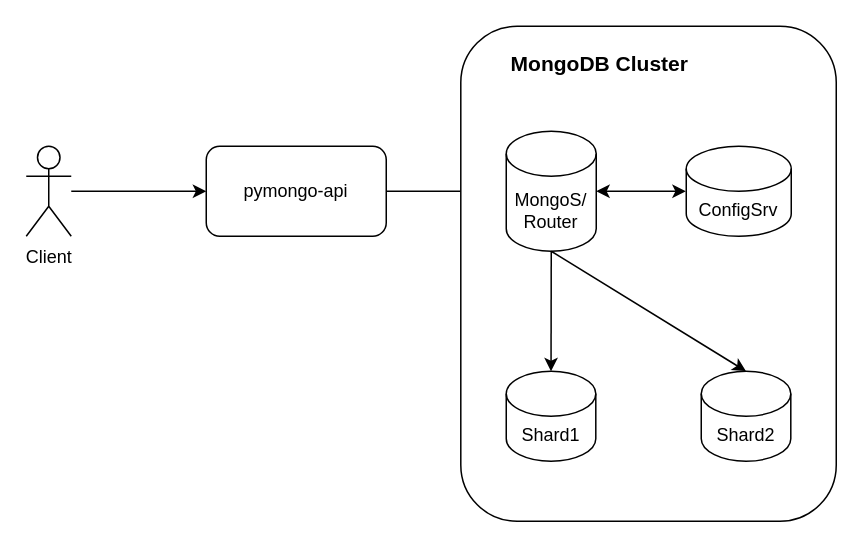
The draw.io diagram page "step-1" (2 of 4) of Task1-drawio/task1.drawio in afakhrieva/architecture-pro-black_friday, before the edit. Source tidied: cells renumbered, new cells numbered last; positions are measured from the earlier drawing's top-left corner, leaving out a move shared by most shapes. Both pictures are drawn from the tidied source at 150%, with x=0, y=0 at pixel (26, 26).
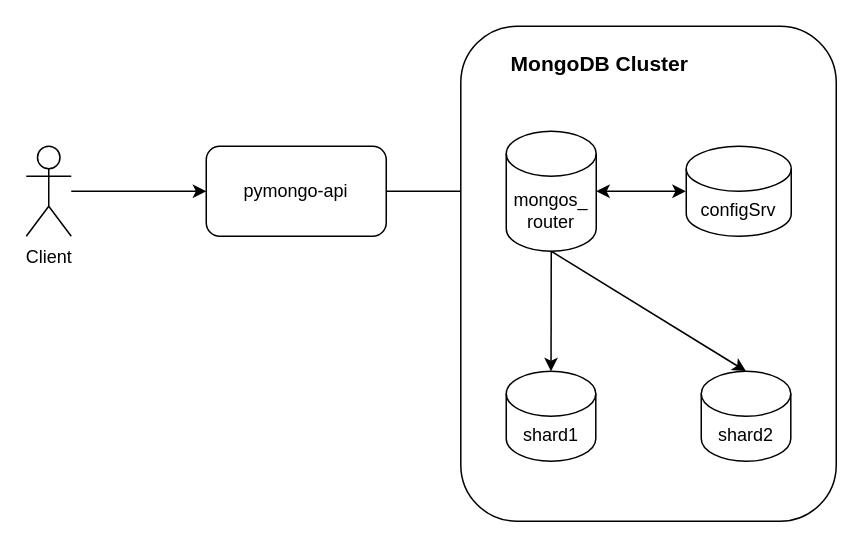
Above is the later version.

The edit, as a diff of the source:
```diff
@@
 <mxGraphModel>
   <root>
     <mxCell id="0" />
     <mxCell id="1" parent="0" />
     <mxCell id="2" value="pymongo-api" style="rounded=1;whiteSpace=wrap;html=1;" parent="1" vertex="1">
       <mxGeometry x="120" y="80" width="120" height="60" as="geometry" />
     </mxCell>
     <mxCell id="3" style="edgeStyle=orthogonalEdgeStyle;rounded=0;jettySize=auto;html=1;" parent="1" edge="1" source="4" target="2">
       <mxGeometry relative="1" as="geometry" />
     </mxCell>
     <mxCell id="4" value="Client" style="shape=umlActor;verticalLabelPosition=bottom;verticalAlign=top;html=1;outlineConnect=0;" parent="1" vertex="1">
       <mxGeometry y="80" width="30" height="60" as="geometry" />
     </mxCell>
     <mxCell id="5" style="edgeStyle=orthogonalEdgeStyle;rounded=0;jettySize=auto;html=1;exitX=1;exitY=0.5;exitDx=0;exitDy=0;entryX=0;entryY=0.5;entryDx=0;entryDy=0;entryPerimeter=0;" parent="1" edge="1" source="2" target="7">
       <mxGeometry relative="1" as="geometry" />
     </mxCell>
     <mxCell id="6" style="rounded=1;whiteSpace=wrap;html=1;" parent="1" vertex="1">
       <mxGeometry x="289.7" width="250.3" height="330" as="geometry" />
     </mxCell>
-    <mxCell id="7" value="MongoS/&lt;br&gt;Router" style="shape=cylinder3;whiteSpace=wrap;html=1;boundedLbl=1;backgroundOutline=1;size=15;" parent="1" vertex="1">
+    <mxCell id="7" value="mongos_&lt;br&gt;router" style="shape=cylinder3;whiteSpace=wrap;html=1;boundedLbl=1;backgroundOutline=1;size=15;" parent="1" vertex="1">
       <mxGeometry x="320" y="70" width="60" height="80" as="geometry" />
     </mxCell>
     <mxCell id="8" style="endArrow=classic;startArrow=classic;html=1;rounded=0;exitX=1;exitY=0.5;exitDx=0;exitDy=0;exitPerimeter=0;entryX=0;entryY=0.5;entryDx=0;entryDy=0;" parent="1" edge="1" source="7">
       <mxGeometry relative="1" as="geometry">
         <mxPoint x="439.7" y="110" as="targetPoint" />
       </mxGeometry>
     </mxCell>
-    <mxCell id="9" value="Shard1" style="shape=cylinder3;whiteSpace=wrap;html=1;boundedLbl=1;backgroundOutline=1;size=15;" parent="1" vertex="1">
+    <mxCell id="9" value="shard1" style="shape=cylinder3;whiteSpace=wrap;html=1;boundedLbl=1;backgroundOutline=1;size=15;" parent="1" vertex="1">
       <mxGeometry x="320" y="230" width="59.7" height="60" as="geometry" />
     </mxCell>
-    <mxCell id="10" value="Shard2" style="shape=cylinder3;whiteSpace=wrap;html=1;boundedLbl=1;backgroundOutline=1;size=15;" parent="1" vertex="1">
+    <mxCell id="10" value="shard2" style="shape=cylinder3;whiteSpace=wrap;html=1;boundedLbl=1;backgroundOutline=1;size=15;" parent="1" vertex="1">
       <mxGeometry x="450" y="230" width="59.7" height="60" as="geometry" />
     </mxCell>
     <mxCell id="11" style="endArrow=classic;html=1;rounded=0;exitX=0.5;exitY=1;exitDx=0;exitDy=0;exitPerimeter=0;entryX=0.5;entryY=0;entryDx=0;entryDy=0;entryPerimeter=0;" parent="1" edge="1" source="7" target="9">
       <mxGeometry relative="1" as="geometry" />
     </mxCell>
     <mxCell id="12" style="endArrow=classic;html=1;rounded=0;exitX=0.5;exitY=1;exitDx=0;exitDy=0;exitPerimeter=0;entryX=0.5;entryY=0;entryDx=0;entryDy=0;entryPerimeter=0;" parent="1" edge="1" source="7" target="10">
       <mxGeometry relative="1" as="geometry" />
     </mxCell>
     <mxCell id="13" value="MongoDB Cluster" style="text;html=1;whiteSpace=wrap;strokeColor=none;fillColor=none;align=center;verticalAlign=middle;rounded=0;fontSize=14;fontStyle=1;" parent="1" vertex="1">
       <mxGeometry x="315" y="10" width="135" height="30" as="geometry" />
     </mxCell>
-    <mxCell id="14" value="ConfigSrv" style="shape=cylinder3;whiteSpace=wrap;html=1;boundedLbl=1;backgroundOutline=1;size=15;" parent="1" vertex="1">
+    <mxCell id="14" value="configSrv" style="shape=cylinder3;whiteSpace=wrap;html=1;boundedLbl=1;backgroundOutline=1;size=15;" parent="1" vertex="1">
       <mxGeometry x="440" y="80" width="70" height="60" as="geometry" />
     </mxCell>
   </root>
 </mxGraphModel>
```
